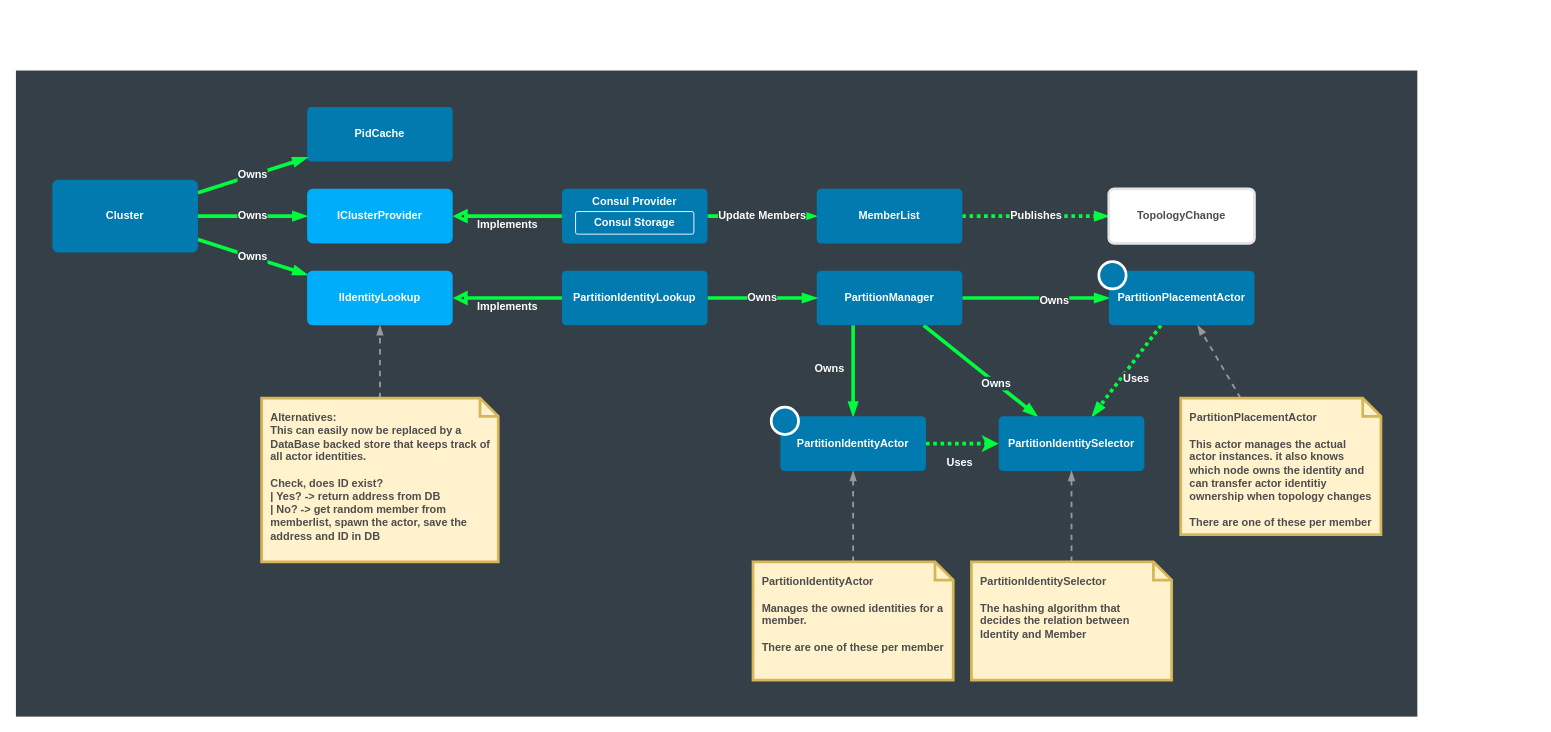
Above: page "Sida-10" (13 of 13) of hugo/content/docs/cluster/intro/clusterintro.drawio in asynkron/protoactor-website (draw.io), before the change. Source tidied: cells renumbered, new cells numbered last; positions are measured from the earlier drawing's top-left corner, leaving out a move shared by most shapes. Both pictures are drawn from the tidied source at 91%, with x=0, y=0 at pixel (15, 70).
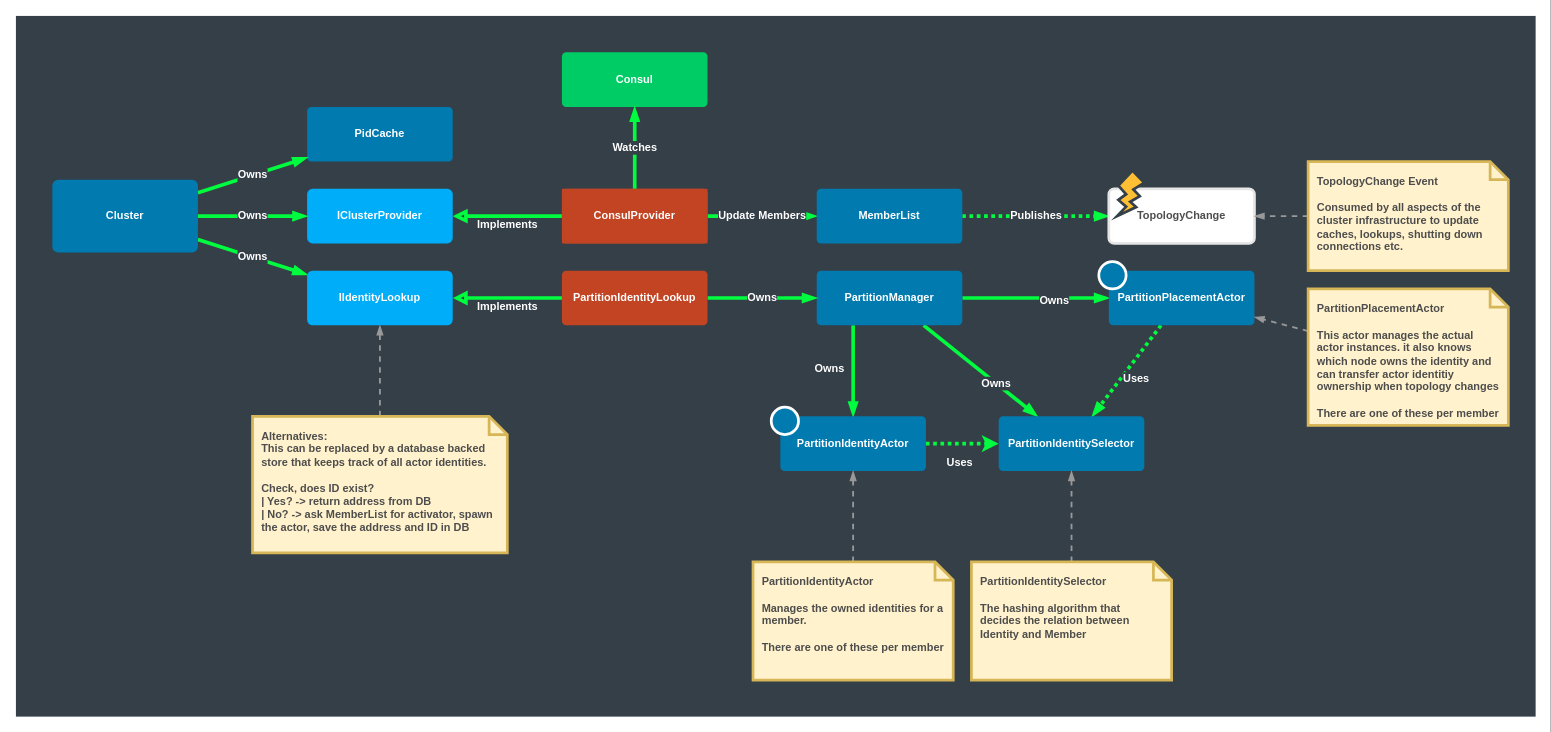
After the change.

Unchanged cells that the change refers to:
```xml
<mxCell id="33" value="TopologyChange" style="rounded=1;whiteSpace=wrap;html=1;fontStyle=1;arcSize=10;strokeColor=#E6E6E6;strokeWidth=3;fontColor=#4D4D4D;" parent="1" vertex="1">
  <mxGeometry x="1201" y="130" width="160" height="60" as="geometry" />
</mxCell>
```

Change to the diagram source:
```diff
@@
     <mxCell id="2" style="rounded=0;whiteSpace=wrap;html=1;fontColor=#FFFFFF;strokeColor=none;fillColor=#353F48;" parent="1" vertex="1">
-      <mxGeometry width="1540" height="710" as="geometry" />
+      <mxGeometry y="-60" width="1670" height="770" as="geometry" />
     </mxCell>
@@
-    <mxCell id="23" value="&lt;b&gt;Alternatives:&lt;/b&gt;&lt;br&gt;This can easily now be replaced by a DataBase backed store that keeps track of all actor identities.&lt;br&gt;&lt;br&gt;Check, does ID exist?&lt;br&gt;| Yes? -&amp;gt; return address from DB&lt;br&gt;| No? -&amp;gt; get random member from memberlist, spawn the actor, save the address and ID in DB" style="shape=note;strokeWidth=3;fontSize=12;size=20;whiteSpace=wrap;html=1;fillColor=#fff2cc;strokeColor=#d6b656;fontStyle=1;fontColor=#4D4D4D;align=left;verticalAlign=top;spacing=10;" parent="1" vertex="1">
-      <mxGeometry x="270" y="360" width="260" height="180" as="geometry" />
+    <mxCell id="23" value="&lt;b&gt;Alternatives:&lt;/b&gt;&lt;br&gt;This can be replaced by a database backed store that keeps track of all actor identities.&lt;br&gt;&lt;br&gt;Check, does ID exist?&lt;br&gt;| Yes? -&amp;gt; return address from DB&lt;br&gt;| No? -&amp;gt; ask MemberList for activator, spawn the actor, save the address and ID in DB" style="shape=note;strokeWidth=3;fontSize=12;size=20;whiteSpace=wrap;html=1;fillColor=#fff2cc;strokeColor=#d6b656;fontStyle=1;fontColor=#4D4D4D;align=left;verticalAlign=top;spacing=10;" parent="1" vertex="1">
+      <mxGeometry x="260" y="380" width="280" height="150" as="geometry" />
     </mxCell>
@@
     <mxCell id="29" value="&lt;b&gt;PartitionPlacementActor&lt;br&gt;&lt;/b&gt;&lt;br&gt;This actor manages the actual actor instances. it also knows which node owns the identity and can transfer actor identitiy ownership when topology changes&lt;br&gt;&lt;br&gt;There are one of these per member" style="shape=note;strokeWidth=3;fontSize=12;size=20;whiteSpace=wrap;html=1;fillColor=#fff2cc;strokeColor=#d6b656;fontStyle=1;fontColor=#4D4D4D;align=left;verticalAlign=top;spacing=10;" parent="1" vertex="1">
-      <mxGeometry x="1280" y="360" width="220" height="150" as="geometry" />
+      <mxGeometry x="1420" y="240" width="220" height="150" as="geometry" />
     </mxCell>
@@
-    <mxCell id="34" value="PartitionIdentityLookup" style="rounded=1;whiteSpace=wrap;html=1;fontStyle=1;strokeColor=none;fontColor=#FFFFFF;fillColor=#007AAF;arcSize=8;" parent="1" vertex="1">
+    <mxCell id="34" value="PartitionIdentityLookup" style="rounded=1;whiteSpace=wrap;html=1;fontStyle=1;strokeColor=none;fontColor=#FFFFFF;arcSize=8;fillColor=#C34423;" parent="1" vertex="1">
       <mxGeometry x="600" y="220" width="160" height="60" as="geometry" />
     </mxCell>
-    <mxCell id="35" style="group;" parent="1" vertex="1">
+    <mxCell id="35" style="group;verticalAlign=middle;fillColor=#C34423;" parent="1" vertex="1">
       <mxGeometry x="600" y="130" width="160" height="60" as="geometry" />
     </mxCell>
-    <mxCell id="36" value="Consul Provider" style="rounded=1;whiteSpace=wrap;html=1;fontStyle=1;strokeColor=none;fontColor=#FFFFFF;fillColor=#007AAF;arcSize=8;verticalAlign=top;" parent="35" vertex="1">
-      <mxGeometry width="160" height="60" as="geometry" />
-    </mxCell>
-    <mxCell id="37" value="Consul Storage" style="rounded=1;whiteSpace=wrap;html=1;fontStyle=1;fontColor=#FFFFFF;fillColor=#007AAF;arcSize=8;strokeColor=#FFFFFF;" parent="35" vertex="1">
-      <mxGeometry x="15" y="25" width="130" height="24.8" as="geometry" />
-    </mxCell>
@@
+    <mxCell id="40" style="verticalLabelPosition=bottom;verticalAlign=top;html=1;shape=mxgraph.basic.flash;rounded=0;shadow=0;glass=0;labelBackgroundColor=#353F48;sketch=0;fontSize=12;align=left;fillColor=#FFBF34;strokeColor=#353F48;strokeWidth=3;" parent="1" vertex="1">
+      <mxGeometry x="1210" y="110" width="30" height="50" as="geometry" />
+    </mxCell>
+    <mxCell id="41" value="Consul" style="rounded=1;whiteSpace=wrap;html=1;fontStyle=1;strokeColor=none;fontColor=#FFFFFF;arcSize=8;fillColor=#00CC66;" parent="1" vertex="1">
+      <mxGeometry x="600" y="-20" width="160" height="60" as="geometry" />
+    </mxCell>
+    <mxCell id="42" value="Watches" style="edgeStyle=none;rounded=0;jettySize=auto;html=1;exitX=0.5;exitY=0;exitDx=0;exitDy=0;entryX=0.5;entryY=1;entryDx=0;entryDy=0;labelBackgroundColor=#353F48;endArrow=blockThin;endFill=1;strokeColor=#00FC3F;strokeWidth=4;fontSize=12;fontColor=#FFFFFF;fontStyle=1;" parent="1" edge="1" source="36" target="41">
+      <mxGeometry relative="1" as="geometry" />
+    </mxCell>
+    <mxCell id="36" value="ConsulProvider" style="rounded=1;whiteSpace=wrap;html=1;fontStyle=1;strokeColor=none;fontColor=#FFFFFF;arcSize=8;verticalAlign=middle;fillColor=#C34423;" parent="1" vertex="1">
+      <mxGeometry x="600" y="130" width="160" height="60" as="geometry" />
+    </mxCell>
+    <mxCell id="43" style="edgeStyle=none;rounded=0;jettySize=auto;html=1;exitX=0;exitY=0.5;exitDx=0;exitDy=0;exitPerimeter=0;entryX=1;entryY=0.5;entryDx=0;entryDy=0;dashed=1;labelBackgroundColor=#353F48;endArrow=blockThin;endFill=1;strokeColor=#999999;strokeWidth=2;fontSize=12;fontColor=#FFFFFF;" parent="1" edge="1" source="44" target="33">
+      <mxGeometry relative="1" as="geometry" />
+    </mxCell>
+    <mxCell id="44" value="TopologyChange Event&lt;br&gt;&lt;br&gt;Consumed by all aspects of the cluster infrastructure to update caches, lookups, shutting down connections etc." style="shape=note;strokeWidth=3;fontSize=12;size=20;whiteSpace=wrap;html=1;fillColor=#fff2cc;strokeColor=#d6b656;fontStyle=1;fontColor=#4D4D4D;align=left;verticalAlign=top;spacing=10;" parent="1" vertex="1">
+      <mxGeometry x="1420" y="100" width="220" height="120" as="geometry" />
+    </mxCell>
```
